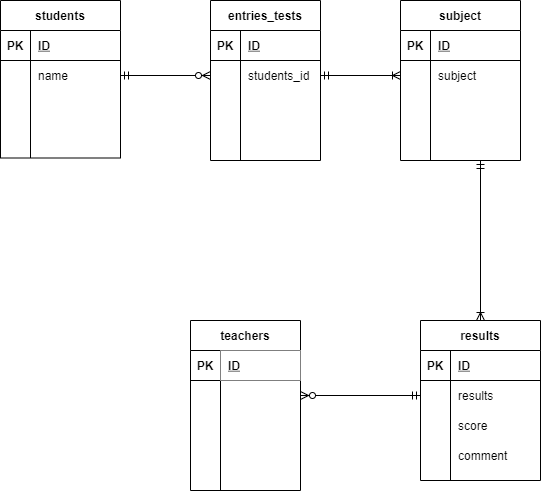
Earlier version of the draw.io export index.drawio.png (Rise-K/coachtech-db-practice). Source tidied: cells renumbered, new cells last; positions are measured from the earlier drawing's top-left corner, leaving out a move shared by most shapes.
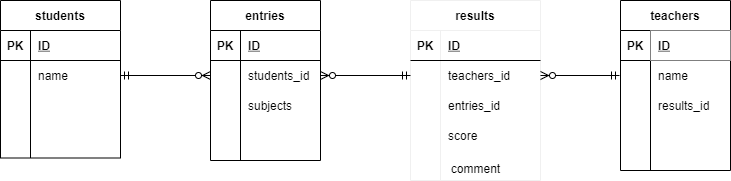
Later version of the same file.

Commit message:
修正点の修正

Change to the diagram source:
```diff
@@ -41,8 +41,8 @@
     <mxCell id="14" style="shape=partialRectangle;fillColor=none;top=0;left=0;bottom=0;right=0;align=left;spacingLeft=6;overflow=hidden;" parent="12" vertex="1">
       <mxGeometry x="30" width="90" height="30" as="geometry" />
     </mxCell>
-    <mxCell id="15" value="teachers" style="shape=table;startSize=30;rowLines=0;fontStyle=1;align=center;" parent="1" vertex="1">
-      <mxGeometry x="190" y="320" width="110" height="170" as="geometry" />
+    <mxCell id="15" value="teachers" style="shape=table;startSize=30;rowLines=0;fontStyle=1;align=center;verticalAlign=middle;" parent="1" vertex="1">
+      <mxGeometry x="620" width="110" height="170" as="geometry" />
     </mxCell>
     <mxCell id="16" style="shape=partialRectangle;fillColor=none;top=0;left=0;bottom=1;right=0;" parent="15" vertex="1">
       <mxGeometry y="30" width="110" height="30" as="geometry" />
@@ -59,7 +59,7 @@
     <mxCell id="20" style="shape=partialRectangle;fillColor=none;top=0;left=0;bottom=0;right=0;overflow=hidden;" parent="19" vertex="1">
       <mxGeometry width="30" height="30" as="geometry" />
     </mxCell>
-    <mxCell id="21" style="shape=partialRectangle;fillColor=none;top=0;left=0;bottom=0;right=0;align=left;spacingLeft=6;overflow=hidden;" parent="19" vertex="1">
+    <mxCell id="21" value="name" style="shape=partialRectangle;fillColor=none;top=0;left=0;bottom=0;right=0;align=left;spacingLeft=6;overflow=hidden;" parent="19" vertex="1">
       <mxGeometry x="30" width="80" height="30" as="geometry" />
     </mxCell>
     <mxCell id="22" style="shape=partialRectangle;fillColor=none;top=0;left=0;bottom=0;right=0;" parent="15" vertex="1">
@@ -68,7 +68,7 @@
     <mxCell id="23" style="shape=partialRectangle;fillColor=none;top=0;left=0;bottom=0;right=0;overflow=hidden;" parent="22" vertex="1">
       <mxGeometry width="30" height="30" as="geometry" />
     </mxCell>
-    <mxCell id="24" style="shape=partialRectangle;fillColor=none;top=0;left=0;bottom=0;right=0;align=left;spacingLeft=6;overflow=hidden;" parent="22" vertex="1">
+    <mxCell id="24" value="results_id" style="shape=partialRectangle;fillColor=none;top=0;left=0;bottom=0;right=0;align=left;spacingLeft=6;overflow=hidden;" parent="22" vertex="1">
       <mxGeometry x="30" width="80" height="30" as="geometry" />
     </mxCell>
     <mxCell id="25" style="shape=partialRectangle;fillColor=none;top=0;left=0;bottom=0;right=0;" parent="15" vertex="1">
@@ -94,7 +94,7 @@
         <mxPoint x="210" y="75" as="targetPoint" />
       </mxGeometry>
     </mxCell>
-    <mxCell id="32" value="entries_tests" style="shape=table;startSize=30;rowLines=0;fontStyle=1;align=center;" parent="1" vertex="1">
+    <mxCell id="32" value="entries" style="shape=table;startSize=30;rowLines=0;fontStyle=1;align=center;" parent="1" vertex="1">
       <mxGeometry x="210" width="110" height="160" as="geometry" />
     </mxCell>
     <mxCell id="33" style="shape=partialRectangle;fillColor=none;top=0;left=0;bottom=1;right=0;" parent="32" vertex="1">
@@ -121,7 +121,7 @@
     <mxCell id="40" style="shape=partialRectangle;fillColor=none;top=0;left=0;bottom=0;right=0;overflow=hidden;" parent="39" vertex="1">
       <mxGeometry width="30" height="30" as="geometry" />
     </mxCell>
-    <mxCell id="41" style="shape=partialRectangle;fillColor=none;top=0;left=0;bottom=0;right=0;align=left;spacingLeft=6;overflow=hidden;" parent="39" vertex="1">
+    <mxCell id="41" value="subjects" style="shape=partialRectangle;fillColor=none;top=0;left=0;bottom=0;right=0;align=left;spacingLeft=6;overflow=hidden;" parent="39" vertex="1">
       <mxGeometry x="30" width="80" height="30" as="geometry" />
     </mxCell>
     <mxCell id="42" style="shape=partialRectangle;fillColor=none;top=0;left=0;bottom=0;right=0;" parent="32" vertex="1">
@@ -133,96 +133,56 @@
     <mxCell id="44" style="shape=partialRectangle;fillColor=none;top=0;left=0;bottom=0;right=0;align=left;spacingLeft=6;overflow=hidden;" parent="42" vertex="1">
       <mxGeometry x="30" width="80" height="30" as="geometry" />
     </mxCell>
-    <mxCell id="45" value="results" style="shape=table;startSize=30;rowLines=0;fontStyle=1;align=center;" parent="1" vertex="1">
-      <mxGeometry x="420" y="320" width="120" height="160" as="geometry" />
-    </mxCell>
-    <mxCell id="46" style="shape=partialRectangle;fillColor=none;top=0;left=0;bottom=1;right=0;" parent="45" vertex="1">
-      <mxGeometry y="30" width="120" height="30" as="geometry" />
-    </mxCell>
-    <mxCell id="47" value="PK" style="shape=partialRectangle;fillColor=none;top=0;left=0;bottom=0;right=0;fontStyle=1;overflow=hidden;" parent="46" vertex="1">
-      <mxGeometry width="30" height="30" as="geometry" />
-    </mxCell>
-    <mxCell id="48" value="ID" style="shape=partialRectangle;fillColor=none;top=0;left=0;bottom=0;right=0;align=left;spacingLeft=6;fontStyle=5;overflow=hidden;" parent="46" vertex="1">
-      <mxGeometry x="30" width="90" height="30" as="geometry" />
-    </mxCell>
-    <mxCell id="49" style="shape=partialRectangle;fillColor=none;top=0;left=0;bottom=0;right=0;points=[[0,0.5],[1,0.5]];portConstraint=eastwest;" parent="45" vertex="1">
-      <mxGeometry y="60" width="120" height="30" as="geometry" />
-    </mxCell>
-    <mxCell id="50" style="shape=partialRectangle;fillColor=none;top=0;left=0;bottom=0;right=0;overflow=hidden;" parent="49" vertex="1">
-      <mxGeometry width="30" height="30" as="geometry" />
-    </mxCell>
-    <mxCell id="51" value="results" style="shape=partialRectangle;fillColor=none;top=0;left=0;bottom=0;right=0;align=left;spacingLeft=6;overflow=hidden;" parent="49" vertex="1">
-      <mxGeometry x="30" width="90" height="30" as="geometry" />
-    </mxCell>
-    <mxCell id="52" style="shape=partialRectangle;fillColor=none;top=0;left=0;bottom=0;right=0;" parent="45" vertex="1">
-      <mxGeometry y="90" width="120" height="30" as="geometry" />
-    </mxCell>
-    <mxCell id="53" style="shape=partialRectangle;fillColor=none;top=0;left=0;bottom=0;right=0;overflow=hidden;" parent="52" vertex="1">
-      <mxGeometry width="30" height="30" as="geometry" />
-    </mxCell>
+    <mxCell id="74" value="results" style="shape=table;startSize=30;rowLines=0;fontStyle=1;align=center;strokeColor=#f0f0f0;" parent="1" vertex="1">
+      <mxGeometry x="410" width="130" height="180" as="geometry" />
+    </mxCell>
+    <mxCell id="75" style="shape=partialRectangle;fillColor=none;top=0;left=0;bottom=1;right=0;" parent="74" vertex="1">
+      <mxGeometry y="30" width="130" height="30" as="geometry" />
+    </mxCell>
+    <mxCell id="76" value="PK" style="shape=partialRectangle;fillColor=none;top=0;left=0;bottom=0;right=0;fontStyle=1;overflow=hidden;" parent="75" vertex="1">
+      <mxGeometry width="30" height="30" as="geometry" />
+    </mxCell>
+    <mxCell id="77" value="ID" style="shape=partialRectangle;fillColor=none;top=0;left=0;bottom=0;right=0;align=left;spacingLeft=6;fontStyle=5;overflow=hidden;" parent="75" vertex="1">
+      <mxGeometry x="30" width="100" height="30" as="geometry" />
+    </mxCell>
+    <mxCell id="78" style="shape=partialRectangle;fillColor=none;top=0;left=0;bottom=0;right=0;points=[[0,0.5],[1,0.5]];portConstraint=eastwest;" parent="74" vertex="1">
+      <mxGeometry y="60" width="130" height="30" as="geometry" />
+    </mxCell>
+    <mxCell id="79" style="shape=partialRectangle;fillColor=none;top=0;left=0;bottom=0;right=0;overflow=hidden;" parent="78" vertex="1">
+      <mxGeometry width="30" height="30" as="geometry" />
+    </mxCell>
+    <mxCell id="80" value="teachers_id" style="shape=partialRectangle;fillColor=none;top=0;left=0;bottom=0;right=0;align=left;spacingLeft=6;overflow=hidden;" parent="78" vertex="1">
+      <mxGeometry x="30" width="100" height="30" as="geometry" />
+    </mxCell>
+    <mxCell id="81" style="shape=partialRectangle;fillColor=none;top=0;left=0;bottom=0;right=0;" parent="74" vertex="1">
+      <mxGeometry y="90" width="130" height="30" as="geometry" />
+    </mxCell>
+    <mxCell id="82" style="shape=partialRectangle;fillColor=none;top=0;left=0;bottom=0;right=0;overflow=hidden;" parent="81" vertex="1">
+      <mxGeometry width="30" height="30" as="geometry" />
+    </mxCell>
+    <mxCell id="83" value="entries_id" style="shape=partialRectangle;fillColor=none;top=0;left=0;bottom=0;right=0;align=left;spacingLeft=6;overflow=hidden;" parent="81" vertex="1">
+      <mxGeometry x="30" width="100" height="30" as="geometry" />
+    </mxCell>
+    <mxCell id="84" style="shape=partialRectangle;fillColor=none;top=0;left=0;bottom=0;right=0;" parent="74" vertex="1">
+      <mxGeometry y="120" width="130" height="30" as="geometry" />
+    </mxCell>
+    <mxCell id="85" style="shape=partialRectangle;fillColor=none;top=0;left=0;bottom=0;right=0;overflow=hidden;" parent="84" vertex="1">
+      <mxGeometry width="30" height="30" as="geometry" />
+    </mxCell>
-    <mxCell id="54" value="score" style="shape=partialRectangle;fillColor=none;top=0;left=0;bottom=0;right=0;align=left;spacingLeft=6;overflow=hidden;" parent="52" vertex="1">
-      <mxGeometry x="30" width="90" height="30" as="geometry" />
+    <mxCell id="54" value="score" style="shape=partialRectangle;fillColor=none;top=0;left=0;bottom=0;right=0;align=left;spacingLeft=6;overflow=hidden;" parent="84" vertex="1">
+      <mxGeometry x="30" width="100" height="30" as="geometry" />
     </mxCell>
-    <mxCell id="55" style="shape=partialRectangle;fillColor=none;top=0;left=0;bottom=0;right=0;" parent="45" vertex="1">
-      <mxGeometry y="120" width="120" height="30" as="geometry" />
-    </mxCell>
-    <mxCell id="56" style="shape=partialRectangle;fillColor=none;top=0;left=0;bottom=0;right=0;overflow=hidden;" parent="55" vertex="1">
-      <mxGeometry width="30" height="30" as="geometry" />
-    </mxCell>
-    <mxCell id="57" value="comment" style="shape=partialRectangle;fillColor=none;top=0;left=0;bottom=0;right=0;align=left;spacingLeft=6;overflow=hidden;" parent="55" vertex="1">
-      <mxGeometry x="30" width="90" height="30" as="geometry" />
+    <mxCell id="57" value="comment" style="text;html=1;align=center;verticalAlign=middle;strokeColor=none;" parent="1" vertex="1">
+      <mxGeometry x="445" y="157.5" width="60" height="20" as="geometry" />
     </mxCell>
-    <mxCell id="58" value="subject" style="shape=table;startSize=30;rowLines=0;fontStyle=1;align=center;" parent="1" vertex="1">
-      <mxGeometry x="400" width="120" height="160" as="geometry" />
-    </mxCell>
-    <mxCell id="59" style="shape=partialRectangle;fillColor=none;top=0;left=0;bottom=1;right=0;" parent="58" vertex="1">
-      <mxGeometry y="30" width="120" height="30" as="geometry" />
-    </mxCell>
-    <mxCell id="60" value="PK" style="shape=partialRectangle;fillColor=none;top=0;left=0;bottom=0;right=0;fontStyle=1;overflow=hidden;" parent="59" vertex="1">
-      <mxGeometry width="30" height="30" as="geometry" />
-    </mxCell>
-    <mxCell id="61" value="ID" style="shape=partialRectangle;fillColor=none;top=0;left=0;bottom=0;right=0;align=left;spacingLeft=6;fontStyle=5;overflow=hidden;" parent="59" vertex="1">
-      <mxGeometry x="30" width="90" height="30" as="geometry" />
-    </mxCell>
-    <mxCell id="62" style="shape=partialRectangle;fillColor=none;top=0;left=0;bottom=0;right=0;" parent="58" vertex="1">
-      <mxGeometry y="60" width="120" height="30" as="geometry" />
-    </mxCell>
-    <mxCell id="63" style="shape=partialRectangle;fillColor=none;top=0;left=0;bottom=0;right=0;overflow=hidden;" parent="62" vertex="1">
-      <mxGeometry width="30" height="30" as="geometry" />
-    </mxCell>
-    <mxCell id="64" value="subject" style="shape=partialRectangle;fillColor=none;top=0;left=0;bottom=0;right=0;align=left;spacingLeft=6;overflow=hidden;" parent="62" vertex="1">
-      <mxGeometry x="30" width="90" height="30" as="geometry" />
-    </mxCell>
-    <mxCell id="65" style="shape=partialRectangle;fillColor=none;top=0;left=0;bottom=0;right=0;" parent="58" vertex="1">
-      <mxGeometry y="90" width="120" height="30" as="geometry" />
-    </mxCell>
-    <mxCell id="66" style="shape=partialRectangle;fillColor=none;top=0;left=0;bottom=0;right=0;overflow=hidden;" parent="65" vertex="1">
-      <mxGeometry width="30" height="30" as="geometry" />
-    </mxCell>
-    <mxCell id="67" style="shape=partialRectangle;fillColor=none;top=0;left=0;bottom=0;right=0;align=left;spacingLeft=6;overflow=hidden;" parent="65" vertex="1">
-      <mxGeometry x="30" width="90" height="30" as="geometry" />
-    </mxCell>
-    <mxCell id="68" style="shape=partialRectangle;fillColor=none;top=0;left=0;bottom=0;right=0;" parent="58" vertex="1">
-      <mxGeometry y="120" width="120" height="30" as="geometry" />
-    </mxCell>
-    <mxCell id="69" style="shape=partialRectangle;fillColor=none;top=0;left=0;bottom=0;right=0;overflow=hidden;" parent="68" vertex="1">
-      <mxGeometry width="30" height="30" as="geometry" />
-    </mxCell>
-    <mxCell id="70" style="shape=partialRectangle;fillColor=none;top=0;left=0;bottom=0;right=0;align=left;spacingLeft=6;overflow=hidden;" parent="68" vertex="1">
-      <mxGeometry x="30" width="90" height="30" as="geometry" />
-    </mxCell>
-    <mxCell id="71" style="fontSize=12;html=1;endArrow=ERoneToMany;startArrow=ERmandOne;exitX=1;exitY=0.5;exitDx=0;exitDy=0;" parent="1" edge="1" source="36">
-      <mxGeometry relative="1" as="geometry">
-        <mxPoint x="400" y="75" as="targetPoint" />
-      </mxGeometry>
-    </mxCell>
-    <mxCell id="72" style="fontSize=12;html=1;endArrow=ERzeroToMany;startArrow=ERmandOne;exitX=0;exitY=0.5;exitDx=0;exitDy=0;entryX=1;entryY=0.5;entryDx=0;entryDy=0;" parent="1" edge="1" source="49" target="19">
-      <mxGeometry relative="1" as="geometry" />
-    </mxCell>
-    <mxCell id="73" style="fontSize=12;html=1;endArrow=ERoneToMany;startArrow=ERmandOne;entryX=0.5;entryY=0;entryDx=0;entryDy=0;" parent="1" edge="1" target="45">
-      <mxGeometry relative="1" as="geometry">
-        <mxPoint x="480" y="160" as="sourcePoint" />
-      </mxGeometry>
-    </mxCell>
+    <mxCell id="86" style="fontSize=12;html=1;endArrow=ERzeroToMany;startArrow=ERmandOne;entryX=1;entryY=0.5;entryDx=0;entryDy=0;exitX=0;exitY=0.5;exitDx=0;exitDy=0;" parent="1" edge="1" source="78" target="36">
+      <mxGeometry relative="1" as="geometry" />
+    </mxCell>
+    <mxCell id="87" style="fontSize=12;html=1;endArrow=ERzeroToMany;startArrow=ERmandOne;" parent="1" edge="1">
+      <mxGeometry relative="1" as="geometry">
+        <mxPoint x="619" y="75" as="sourcePoint" />
+        <mxPoint x="540" y="75" as="targetPoint" />
+      </mxGeometry>
+    </mxCell>
   </root>
 </mxGraphModel>
```
